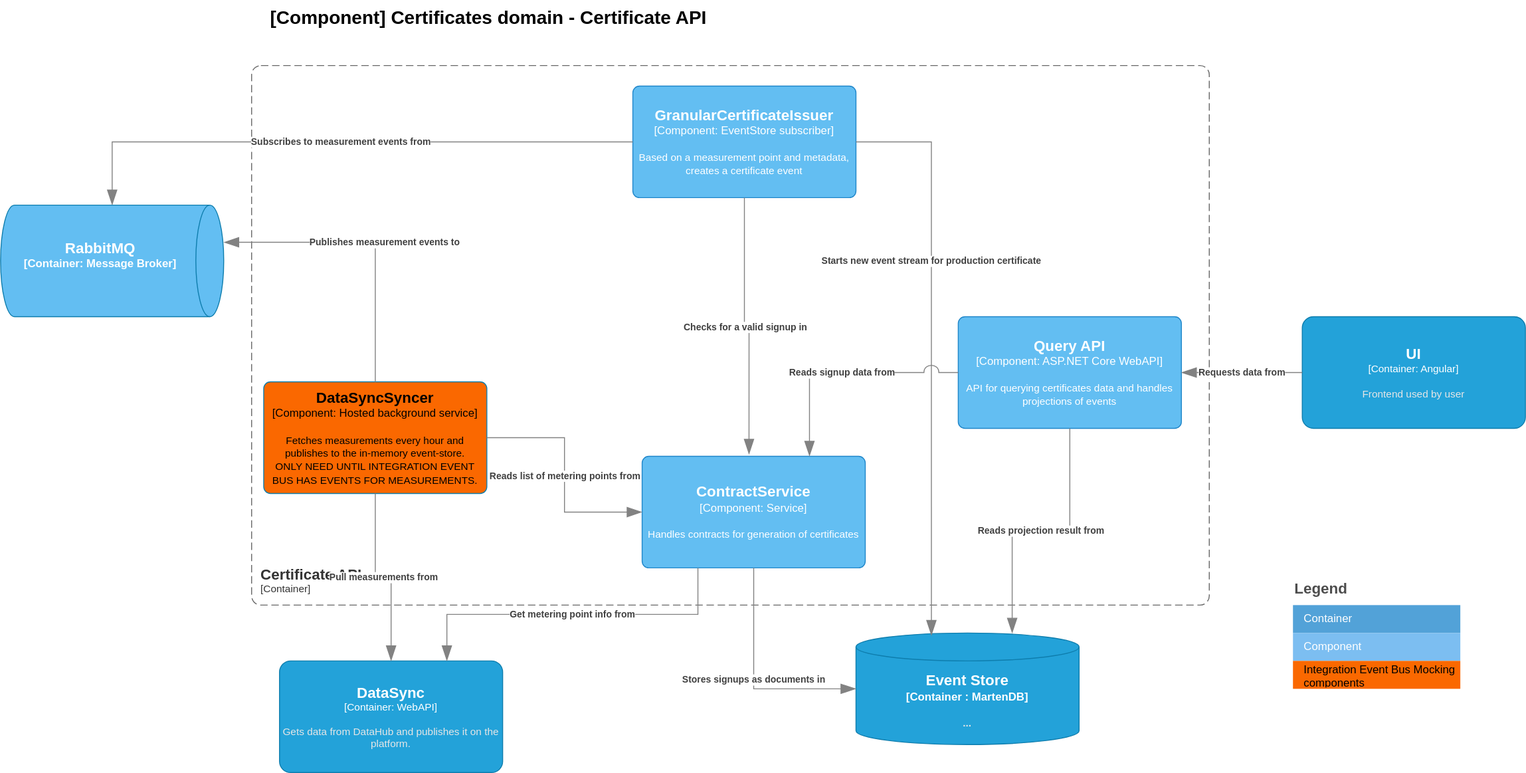
The draw.io diagram doc/architecture/diagrams/certificates.current.component.certificate.api.drawio.svg in Energinet-DataHub/energy-origin, before a commit. Source tidied: cells renumbered, new cells last; positions are measured from the earlier drawing's top-left corner, leaving out a move shared by most shapes.
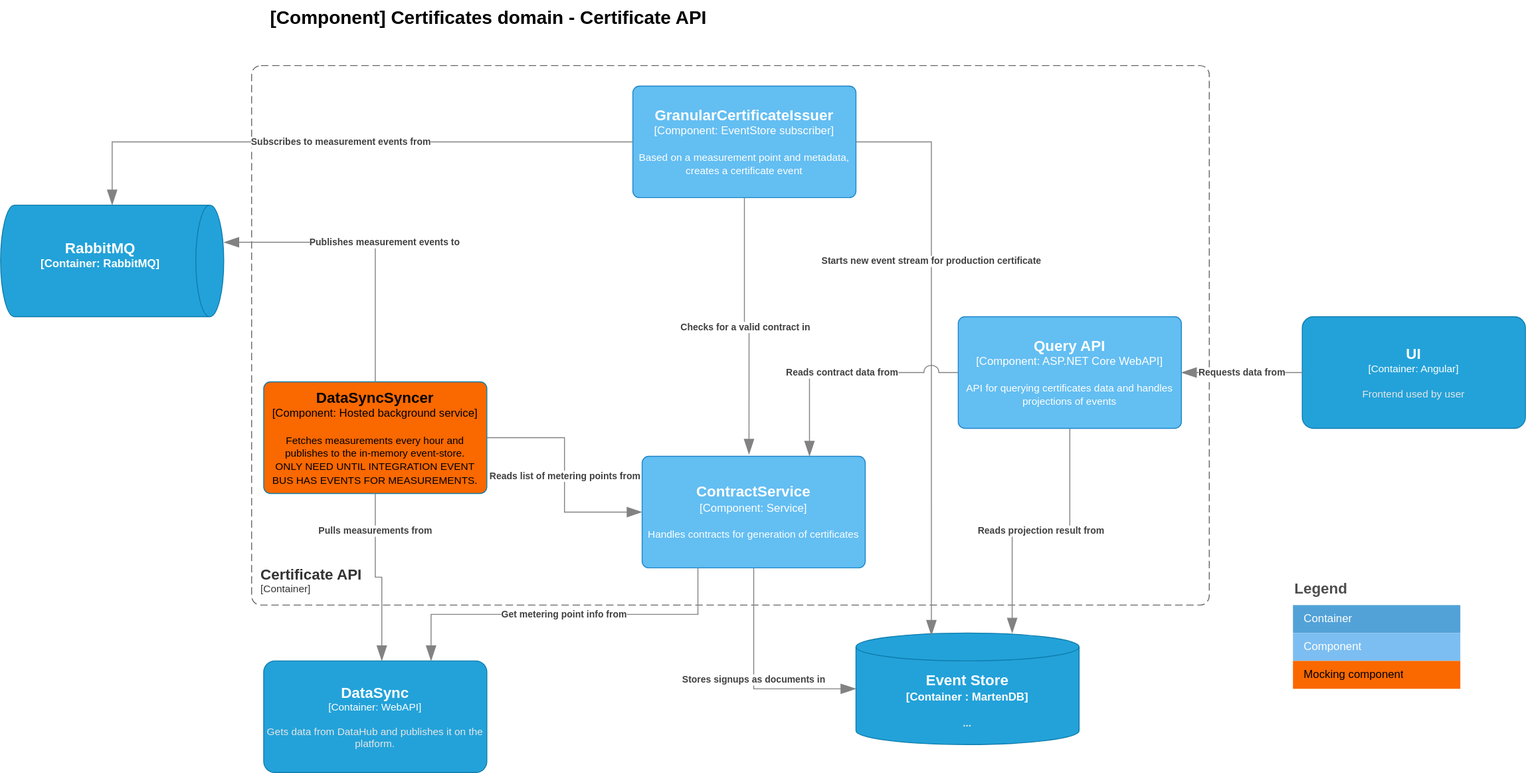
After the commit.

Diff of the diagram source:
```diff
@@ -42,7 +42,7 @@
         </mxGeometry>
       </mxCell>
     </object>
-    <object id="9" label="&lt;div style=&quot;text-align: left&quot;&gt;&lt;div style=&quot;text-align: center&quot;&gt;&lt;b&gt;%c4Description%&lt;/b&gt;&lt;/div&gt;" c4Description="Checks for a valid signup in" c4Type="Relationship" placeholders="1">
+    <object id="9" label="&lt;div style=&quot;text-align: left&quot;&gt;&lt;div style=&quot;text-align: center&quot;&gt;&lt;b&gt;%c4Description%&lt;/b&gt;&lt;/div&gt;" c4Description="Checks for a valid contract in" c4Type="Relationship" placeholders="1">
       <mxCell style="endArrow=blockThin;html=1;fontSize=10;fontColor=#404040;strokeWidth=1;endFill=1;strokeColor=#828282;elbow=vertical;endSize=14;startSize=14;jumpStyle=arc;jumpSize=16;rounded=0;edgeStyle=orthogonalEdgeStyle;exitX=0.5;exitY=1;exitDx=0;exitDy=0;exitPerimeter=0;entryX=0.479;entryY=-0.017;entryDx=0;entryDy=0;entryPerimeter=0;" parent="1" edge="1" source="4" target="6">
         <mxGeometry relative="1" as="geometry" />
       </mxCell>
@@ -59,14 +59,9 @@
     </object>
     <object id="12" label="&lt;font style=&quot;font-size: 16px&quot;&gt;&lt;b&gt;%c4Name%&lt;/b&gt;&lt;/font&gt;&lt;div&gt;[%c4Type%: %c4Technology%]&lt;/div&gt;&lt;br&gt;&lt;div&gt;&lt;font style=&quot;font-size: 11px&quot;&gt;&lt;font color=&quot;#E6E6E6&quot;&gt;%c4Description%&lt;/font&gt;&lt;/div&gt;" c4Description="Gets data from DataHub and publishes it on the platform." c4Name="DataSync" c4Technology="WebAPI" c4Type="Container" placeholders="1">
       <mxCell style="rounded=1;whiteSpace=wrap;html=1;fontSize=11;labelBackgroundColor=none;fillColor=#23A2D9;fontColor=#ffffff;align=center;arcSize=10;strokeColor=#0E7DAD;points=[[0.25,0,0],[0.5,0,0],[0.75,0,0],[1,0.25,0],[1,0.5,0],[1,0.75,0],[0.75,1,0],[0.5,1,0],[0.25,1,0],[0,0.75,0],[0,0.5,0],[0,0.25,0]];" parent="1" vertex="1">
-        <mxGeometry x="300" y="710" width="240" height="120" as="geometry" />
+        <mxGeometry x="283" y="710" width="240" height="120" as="geometry" />
       </mxCell>
     </object>
-    <object id="13" label="&lt;div style=&quot;text-align: left&quot;&gt;&lt;div style=&quot;text-align: center&quot;&gt;&lt;b&gt;%c4Description%&lt;/b&gt;&lt;/div&gt;" c4Description="Pull measurements from" c4Type="Relationship" placeholders="1">
-      <mxCell style="endArrow=blockThin;html=1;fontSize=10;fontColor=#404040;strokeWidth=1;endFill=1;strokeColor=#828282;elbow=vertical;endSize=14;startSize=14;jumpStyle=arc;jumpSize=16;rounded=0;edgeStyle=orthogonalEdgeStyle;exitX=0.5;exitY=1;exitDx=0;exitDy=0;exitPerimeter=0;entryX=0.5;entryY=0;entryDx=0;entryDy=0;entryPerimeter=0;" parent="1" edge="1" source="3" target="12">
-        <mxGeometry relative="1" as="geometry" />
-      </mxCell>
-    </object>
     <mxCell id="14" value="Legend" style="align=left;fontSize=16;fontStyle=1;strokeColor=none;fillColor=none;fontColor=#4D4D4D;spacingTop=-8;" parent="1" vertex="1">
       <mxGeometry x="1390" y="620" width="180" height="30" as="geometry" />
     </mxCell>
@@ -99,8 +94,8 @@
         <mxGeometry relative="1" as="geometry" />
       </mxCell>
     </object>
-    <object id="22" label="&lt;font style=&quot;font-size: 16px&quot;&gt;&lt;b&gt;%c4Type%&lt;/font&gt;&lt;div&gt;[%c4Container%:&amp;nbsp;%c4Technology%]&lt;/div&gt;&lt;br&gt;&lt;div&gt;&lt;font style=&quot;font-size: 11px&quot;&gt;&lt;font color=&quot;#E6E6E6&quot;&gt;%c4Description%&lt;/font&gt;&lt;/div&gt;" c4Container="Container" c4Description="" c4Technology="Message Broker" c4Type="RabbitMQ" placeholders="1">
-      <mxCell style="shape=cylinder3;size=15;direction=south;whiteSpace=wrap;html=1;boundedLbl=1;rounded=0;labelBackgroundColor=none;fillColor=#63BEF2;fontSize=12;fontColor=#ffffff;align=center;strokeColor=#0E7DAD;points=[[0.5,0,0],[1,0.25,0],[1,0.5,0],[1,0.75,0],[0.5,1,0],[0,0.75,0],[0,0.5,0],[0,0.25,0]];" parent="1" vertex="1">
+    <object id="22" label="&lt;font style=&quot;font-size: 16px&quot;&gt;&lt;b&gt;%c4Type%&lt;/font&gt;&lt;div&gt;[%c4Container%:&amp;nbsp;%c4Technology%]&lt;/div&gt;&lt;br&gt;&lt;div&gt;&lt;font style=&quot;font-size: 11px&quot;&gt;&lt;font color=&quot;#E6E6E6&quot;&gt;%c4Description%&lt;/font&gt;&lt;/div&gt;" c4Container="Container" c4Description="" c4Technology="RabbitMQ" c4Type="RabbitMQ" placeholders="1">
+      <mxCell style="shape=cylinder3;size=15;direction=south;whiteSpace=wrap;html=1;boundedLbl=1;rounded=0;labelBackgroundColor=none;fillColor=#23A2D9;fontSize=12;fontColor=#ffffff;align=center;strokeColor=#0E7DAD;points=[[0.5,0,0],[1,0.25,0],[1,0.5,0],[1,0.75,0],[0.5,1,0],[0,0.75,0],[0,0.5,0],[0,0.25,0]];" parent="1" vertex="1">
         <mxGeometry y="220" width="240" height="120" as="geometry" />
       </mxCell>
     </object>
@@ -114,7 +109,7 @@
         <mxGeometry relative="1" as="geometry" />
       </mxCell>
     </object>
-    <object id="25" label="&lt;div style=&quot;text-align: left&quot;&gt;&lt;div style=&quot;text-align: center&quot;&gt;&lt;b&gt;%c4Description%&lt;/b&gt;&lt;/div&gt;" c4Description="Reads signup data from" c4Type="Relationship" placeholders="1">
+    <object id="25" label="&lt;div style=&quot;text-align: left&quot;&gt;&lt;div style=&quot;text-align: center&quot;&gt;&lt;b&gt;%c4Description%&lt;/b&gt;&lt;/div&gt;" c4Description="Reads contract data from" c4Type="Relationship" placeholders="1">
       <mxCell style="endArrow=blockThin;html=1;fontSize=10;fontColor=#404040;strokeWidth=1;endFill=1;strokeColor=#828282;elbow=vertical;endSize=14;startSize=14;jumpStyle=arc;jumpSize=16;rounded=0;edgeStyle=orthogonalEdgeStyle;exitX=0;exitY=0.5;exitDx=0;exitDy=0;exitPerimeter=0;entryX=0.75;entryY=0;entryDx=0;entryDy=0;entryPerimeter=0;" parent="1" edge="1" source="18" target="6">
         <mxGeometry relative="1" as="geometry" />
       </mxCell>
@@ -127,8 +122,15 @@
     <mxCell id="27" style="shape=table;html=1;whiteSpace=wrap;startSize=0;fillColor=none;align=left;spacingLeft=10;strokeColor=none;rounded=1;arcSize=11;fontColor=#FFFFFF;" parent="1" vertex="1">
       <mxGeometry x="1390" y="710" width="180" height="30" as="geometry" />
     </mxCell>
-    <mxCell id="28" value="Integration Event Bus Mocking components" style="shape=partialRectangle;html=1;whiteSpace=wrap;fillColor=#FA6800;top=0;left=0;bottom=0;right=0;overflow=hidden;align=left;spacingLeft=10;fontColor=#000000;strokeColor=#2086C9;" parent="27" vertex="1">
+    <mxCell id="28" value="Mocking component" style="shape=partialRectangle;html=1;whiteSpace=wrap;fillColor=#FA6800;top=0;left=0;bottom=0;right=0;overflow=hidden;align=left;spacingLeft=10;fontColor=#000000;strokeColor=#2086C9;" parent="27" vertex="1">
       <mxGeometry width="180" height="30" as="geometry" />
     </mxCell>
+    <object id="13" label="&lt;div style=&quot;text-align: left&quot;&gt;&lt;div style=&quot;text-align: center&quot;&gt;&lt;b&gt;%c4Description%&lt;/b&gt;&lt;/div&gt;" c4Description="Pulls measurements from" c4Type="Relationship" placeholders="1">
+      <mxCell style="endArrow=blockThin;html=1;fontSize=10;fontColor=#404040;strokeWidth=1;endFill=1;strokeColor=#828282;elbow=vertical;endSize=14;startSize=14;jumpStyle=arc;jumpSize=16;rounded=0;edgeStyle=orthogonalEdgeStyle;exitX=0.5;exitY=1;exitDx=0;exitDy=0;exitPerimeter=0;" parent="1" edge="1" source="3">
+        <mxGeometry x="-0.58" relative="1" as="geometry">
+          <mxPoint x="410" y="710" as="targetPoint" />
+        </mxGeometry>
+      </mxCell>
+    </object>
   </root>
 </mxGraphModel>
```
